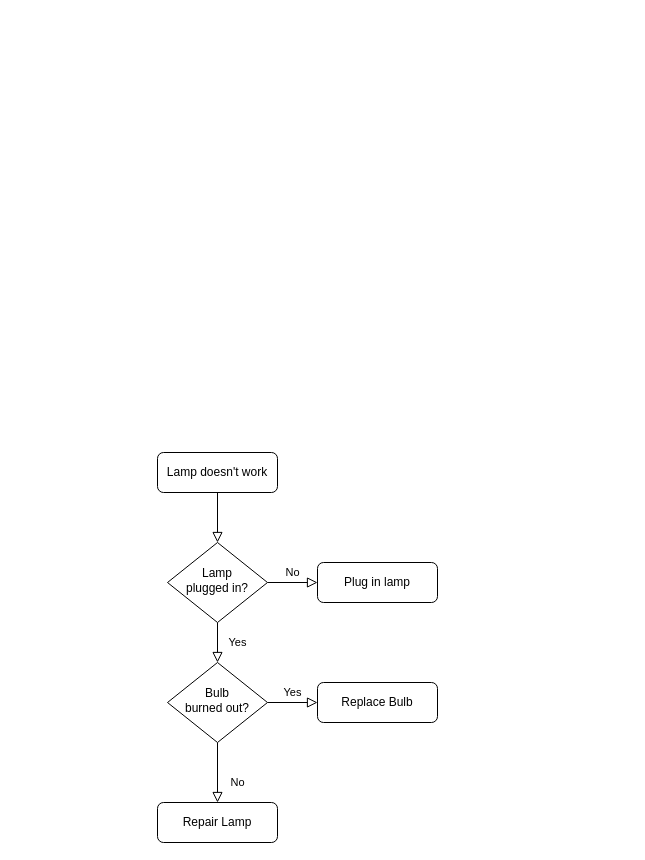
The draw.io diagram 제목 없는 다이어그램.drawio in Huch0/draw-io, before the edit. Source tidied: cells renumbered, new cells numbered last; positions are measured from the earlier drawing's top-left corner, leaving out a move shared by most shapes. Both pictures are drawn from the tidied source at 100%, with x=0, y=0 at pixel (157, 452).
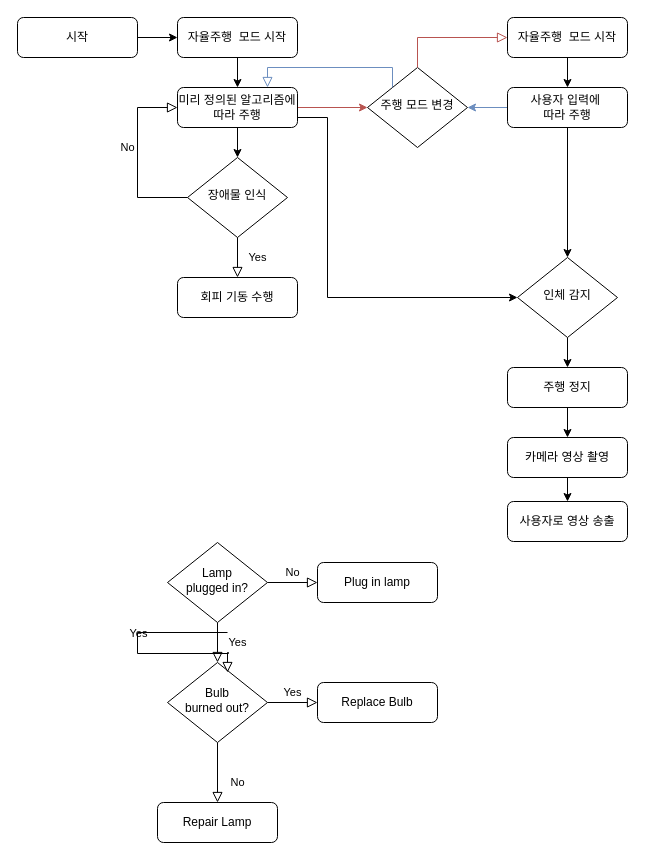
After the change.

Commit message (it also covers changes not shown here):
제목 없는 다이어그램.drawio 업데이트

Unchanged cells that the change refers to:
```xml
<mxCell id="6" value="Lamp&lt;br&gt;plugged in?" style="rhombus;whiteSpace=wrap;html=1;shadow=0;fontFamily=Helvetica;fontSize=12;align=center;strokeWidth=1;spacing=6;spacingTop=-4;" parent="1" vertex="1">
  <mxGeometry x="10" y="90" width="100" height="80" as="geometry" />
</mxCell>
```

Change to the diagram source:
```diff
@@
-    <mxCell id="2" style="rounded=0;html=1;jettySize=auto;fontSize=11;endArrow=block;endFill=0;endSize=8;strokeWidth=1;shadow=0;labelBackgroundColor=none;edgeStyle=orthogonalEdgeStyle;" parent="1" edge="1" source="3" target="6">
-      <mxGeometry relative="1" as="geometry" />
-    </mxCell>
+    <mxCell id="13" style="edgeStyle=orthogonalEdgeStyle;rounded=0;jettySize=auto;html=1;" parent="1" edge="1" source="3" target="15">
+      <mxGeometry relative="1" as="geometry" />
+    </mxCell>
-    <mxCell id="3" value="Lamp doesn't work" style="rounded=1;whiteSpace=wrap;html=1;fontSize=12;glass=0;strokeWidth=1;shadow=0;" parent="1" vertex="1">
-      <mxGeometry width="120" height="40" as="geometry" />
+    <mxCell id="3" value="시작" style="rounded=1;whiteSpace=wrap;html=1;fontSize=12;glass=0;strokeWidth=1;shadow=0;" parent="1" vertex="1">
+      <mxGeometry x="-140" y="-435" width="120" height="40" as="geometry" />
     </mxCell>
@@
+    <mxCell id="14" style="edgeStyle=orthogonalEdgeStyle;rounded=0;jettySize=auto;html=1;" parent="1" edge="1" source="15" target="19">
+      <mxGeometry relative="1" as="geometry" />
+    </mxCell>
+    <mxCell id="15" value="자율주행&amp;nbsp; 모드 시작" style="rounded=1;whiteSpace=wrap;html=1;fontSize=12;glass=0;strokeWidth=1;shadow=0;" parent="1" vertex="1">
+      <mxGeometry x="20" y="-435" width="120" height="40" as="geometry" />
+    </mxCell>
+    <mxCell id="16" style="edgeStyle=orthogonalEdgeStyle;rounded=0;jettySize=auto;html=1;" parent="1" edge="1" source="19" target="20">
+      <mxGeometry relative="1" as="geometry" />
+    </mxCell>
+    <mxCell id="17" style="edgeStyle=orthogonalEdgeStyle;rounded=0;jettySize=auto;html=1;fillColor=#f8cecc;strokeColor=#b85450;" parent="1" edge="1" source="19" target="25">
+      <mxGeometry relative="1" as="geometry" />
+    </mxCell>
+    <mxCell id="18" style="edgeStyle=orthogonalEdgeStyle;rounded=0;jettySize=auto;html=1;" parent="1" edge="1" source="19" target="34">
+      <mxGeometry relative="1" as="geometry">
+        <Array as="points">
+          <mxPoint x="170" y="-335" />
+          <mxPoint x="170" y="-155" />
+        </Array>
+      </mxGeometry>
+    </mxCell>
+    <mxCell id="19" value="미리 정의된 알고리즘에 따라 주행" style="rounded=1;whiteSpace=wrap;html=1;fontSize=12;glass=0;strokeWidth=1;shadow=0;" parent="1" vertex="1">
+      <mxGeometry x="20" y="-365" width="120" height="40" as="geometry" />
+    </mxCell>
+    <mxCell id="20" value="장애물 인식" style="rhombus;whiteSpace=wrap;html=1;shadow=0;fontFamily=Helvetica;fontSize=12;align=center;strokeWidth=1;spacing=6;spacingTop=-4;" parent="1" vertex="1">
+      <mxGeometry x="30" y="-295" width="100" height="80" as="geometry" />
+    </mxCell>
+    <mxCell id="21" value="Yes" style="rounded=0;html=1;jettySize=auto;orthogonalLoop=1;fontSize=11;endArrow=block;endFill=0;endSize=8;strokeWidth=1;shadow=0;labelBackgroundColor=none;edgeStyle=orthogonalEdgeStyle;" parent="1" edge="1">
+      <mxGeometry y="20" relative="1" as="geometry">
+        <mxPoint x="70" y="180" as="sourcePoint" />
+        <mxPoint x="70" y="220" as="targetPoint" />
+        <Array as="points">
+          <mxPoint x="-20" y="180" />
+          <mxPoint x="-20" y="201" />
+          <mxPoint x="71" y="201" />
+          <mxPoint x="71" y="200" />
+          <mxPoint x="70" y="200" />
+        </Array>
+      </mxGeometry>
+    </mxCell>
+    <mxCell id="22" value="Yes" style="rounded=0;html=1;jettySize=auto;fontSize=11;endArrow=block;endFill=0;endSize=8;strokeWidth=1;shadow=0;labelBackgroundColor=none;edgeStyle=orthogonalEdgeStyle;" parent="1" edge="1" source="20" target="23">
+      <mxGeometry y="20" relative="1" as="geometry">
+        <Array as="points">
+          <mxPoint x="80" y="-165" />
+          <mxPoint x="80" y="-165" />
+        </Array>
+      </mxGeometry>
+    </mxCell>
+    <mxCell id="23" value="회피 기동 수행" style="rounded=1;whiteSpace=wrap;html=1;fontSize=12;glass=0;strokeWidth=1;shadow=0;" parent="1" vertex="1">
+      <mxGeometry x="20" y="-175" width="120" height="40" as="geometry" />
+    </mxCell>
+    <mxCell id="24" value="No" style="edgeStyle=orthogonalEdgeStyle;rounded=0;html=1;jettySize=auto;fontSize=11;endArrow=block;endFill=0;endSize=8;strokeWidth=1;shadow=0;labelBackgroundColor=none;entryX=0;entryY=0.5;entryDx=0;entryDy=0;" parent="1" edge="1" source="20" target="19">
+      <mxGeometry x="0.12" y="10" relative="1" as="geometry">
+        <Array as="points">
+          <mxPoint x="-20" y="-255" />
+          <mxPoint x="-20" y="-345" />
+        </Array>
+        <mxPoint y="1" as="offset" />
+      </mxGeometry>
+    </mxCell>
+    <mxCell id="25" value="주행 모드 변경" style="rhombus;whiteSpace=wrap;html=1;shadow=0;fontFamily=Helvetica;fontSize=12;align=center;strokeWidth=1;spacing=6;spacingTop=-4;" parent="1" vertex="1">
+      <mxGeometry x="210" y="-385" width="100" height="80" as="geometry" />
+    </mxCell>
+    <mxCell id="26" style="edgeStyle=orthogonalEdgeStyle;rounded=0;jettySize=auto;html=1;" parent="1" edge="1" source="27" target="32">
+      <mxGeometry relative="1" as="geometry" />
+    </mxCell>
+    <mxCell id="27" value="자율주행&amp;nbsp; 모드 시작" style="rounded=1;whiteSpace=wrap;html=1;fontSize=12;glass=0;strokeWidth=1;shadow=0;" parent="1" vertex="1">
+      <mxGeometry x="350" y="-435" width="120" height="40" as="geometry" />
+    </mxCell>
+    <mxCell id="28" style="rounded=0;html=1;jettySize=auto;fontSize=11;endArrow=block;endFill=0;endSize=8;strokeWidth=1;shadow=0;labelBackgroundColor=none;edgeStyle=orthogonalEdgeStyle;exitX=0.5;exitY=0;exitDx=0;exitDy=0;fillColor=#f8cecc;strokeColor=#b85450;" parent="1" edge="1" source="25" target="27">
+      <mxGeometry x="0.17" y="10" relative="1" as="geometry">
+        <Array as="points">
+          <mxPoint x="260" y="-415" />
+        </Array>
+      </mxGeometry>
+    </mxCell>
+    <mxCell id="29" style="edgeStyle=orthogonalEdgeStyle;rounded=0;html=1;jettySize=auto;fontSize=11;endArrow=block;endFill=0;endSize=8;strokeWidth=1;shadow=0;labelBackgroundColor=none;exitX=0;exitY=0;exitDx=0;exitDy=0;fillColor=#dae8fc;strokeColor=#6c8ebf;" parent="1" edge="1" source="25" target="19">
+      <mxGeometry x="0.12" y="10" relative="1" as="geometry">
+        <Array as="points">
+          <mxPoint x="235" y="-385" />
+          <mxPoint x="110" y="-385" />
+        </Array>
+        <mxPoint y="1" as="offset" />
+      </mxGeometry>
+    </mxCell>
+    <mxCell id="30" style="edgeStyle=orthogonalEdgeStyle;rounded=0;jettySize=auto;html=1;" parent="1" edge="1" source="32" target="34">
+      <mxGeometry relative="1" as="geometry" />
+    </mxCell>
+    <mxCell id="31" style="edgeStyle=orthogonalEdgeStyle;rounded=0;jettySize=auto;html=1;fillColor=#dae8fc;strokeColor=#6c8ebf;" parent="1" edge="1" source="32" target="25">
+      <mxGeometry relative="1" as="geometry" />
+    </mxCell>
+    <mxCell id="32" value="사용자 입력에&amp;nbsp;&lt;div&gt;따라 주행&lt;/div&gt;" style="rounded=1;whiteSpace=wrap;html=1;fontSize=12;glass=0;strokeWidth=1;shadow=0;" parent="1" vertex="1">
+      <mxGeometry x="350" y="-365" width="120" height="40" as="geometry" />
+    </mxCell>
+    <mxCell id="33" style="edgeStyle=orthogonalEdgeStyle;rounded=0;jettySize=auto;html=1;" parent="1" edge="1" source="34" target="36">
+      <mxGeometry relative="1" as="geometry" />
+    </mxCell>
+    <mxCell id="34" value="인체 감지" style="rhombus;whiteSpace=wrap;html=1;shadow=0;fontFamily=Helvetica;fontSize=12;align=center;strokeWidth=1;spacing=6;spacingTop=-4;" parent="1" vertex="1">
+      <mxGeometry x="360" y="-195" width="100" height="80" as="geometry" />
+    </mxCell>
+    <mxCell id="35" style="edgeStyle=orthogonalEdgeStyle;rounded=0;jettySize=auto;html=1;entryX=0.5;entryY=0;entryDx=0;entryDy=0;" parent="1" edge="1" source="36" target="38">
+      <mxGeometry relative="1" as="geometry" />
+    </mxCell>
+    <mxCell id="36" value="주행 정지" style="rounded=1;whiteSpace=wrap;html=1;fontSize=12;glass=0;strokeWidth=1;shadow=0;" parent="1" vertex="1">
+      <mxGeometry x="350" y="-85" width="120" height="40" as="geometry" />
+    </mxCell>
+    <mxCell id="37" style="edgeStyle=orthogonalEdgeStyle;rounded=0;jettySize=auto;html=1;" parent="1" edge="1" source="38" target="39">
+      <mxGeometry relative="1" as="geometry" />
+    </mxCell>
+    <mxCell id="38" value="카메라 영상 촬영" style="rounded=1;whiteSpace=wrap;html=1;fontSize=12;glass=0;strokeWidth=1;shadow=0;" parent="1" vertex="1">
+      <mxGeometry x="350" y="-15" width="120" height="40" as="geometry" />
+    </mxCell>
+    <mxCell id="39" value="사용자로 영상 송출" style="rounded=1;whiteSpace=wrap;html=1;fontSize=12;glass=0;strokeWidth=1;shadow=0;" parent="1" vertex="1">
+      <mxGeometry x="350" y="49" width="120" height="40" as="geometry" />
+    </mxCell>
```
